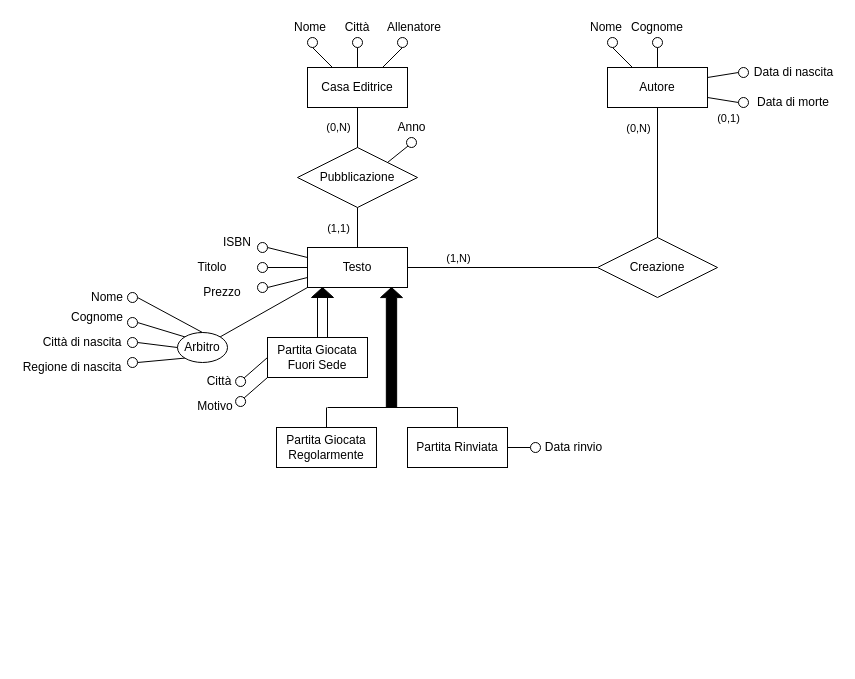
Above: page "Completo" (5 of 12) of Libreria.drawio in miguel76/corso-bdd (draw.io), before the change. Source tidied: cells renumbered, new cells numbered last; positions are measured from the earlier drawing's top-left corner, leaving out a move shared by most shapes. Both pictures are drawn from the tidied source at 100%, with x=0, y=0 at pixel (17, 17).
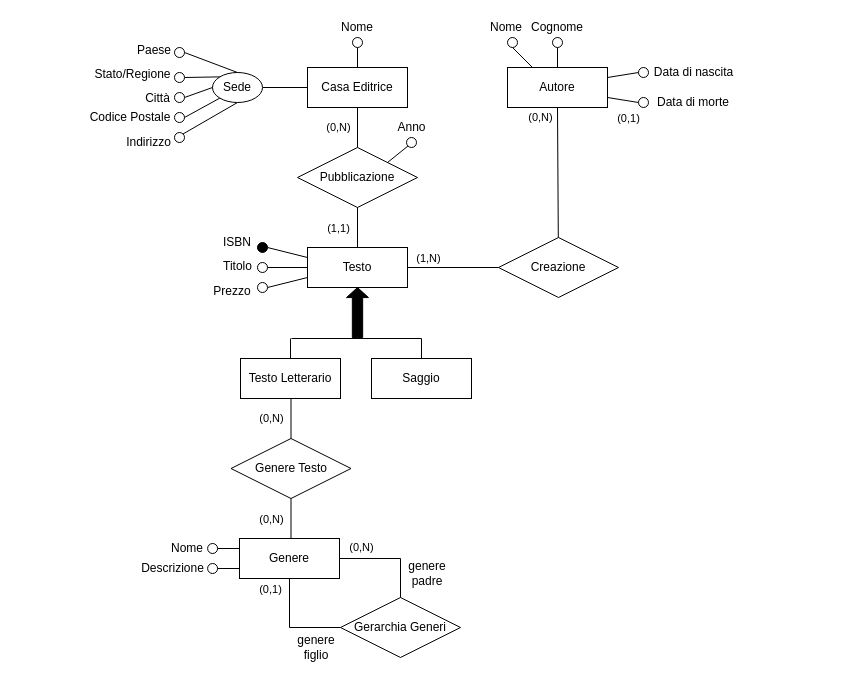
The same diagram, later.

Unchanged cells that the change refers to:
```xml
<mxCell id="2" value="Casa Editrice" style="whiteSpace=wrap;html=1;align=center;" parent="1" vertex="1">
  <mxGeometry x="290" y="50" width="100" height="40" as="geometry" />
</mxCell>
<mxCell id="3" value="Testo" style="whiteSpace=wrap;html=1;align=center;" parent="1" vertex="1">
  <mxGeometry x="290" y="230" width="100" height="40" as="geometry" />
</mxCell>
<mxCell id="11" style="endArrow=none;html=1;rounded=0;exitX=0.5;exitY=1;exitDx=0;exitDy=0;" parent="1" edge="1" source="4" target="6">
  <mxGeometry relative="1" as="geometry" />
</mxCell>
<mxCell id="14" style="endArrow=none;html=1;rounded=0;exitX=1;exitY=0.5;exitDx=0;exitDy=0;" parent="1" edge="1" source="3" target="6">
  <mxGeometry relative="1" as="geometry" />
</mxCell>
```

Diff of the diagram source:
```diff
@@
     <mxCell id="4" value="Autore" style="whiteSpace=wrap;html=1;align=center;" parent="1" vertex="1">
-      <mxGeometry x="590" y="50" width="100" height="40" as="geometry" />
+      <mxGeometry x="490" y="50" width="100" height="40" as="geometry" />
     </mxCell>
@@
     <mxCell id="6" value="Creazione" style="shape=rhombus;perimeter=rhombusPerimeter;whiteSpace=wrap;html=1;align=center;" parent="1" vertex="1">
-      <mxGeometry x="580" y="220" width="120" height="60" as="geometry" />
+      <mxGeometry x="481" y="220" width="120" height="60" as="geometry" />
     </mxCell>
@@
     <mxCell id="12" value="(0,N)" style="edgeLabel;html=1;align=center;verticalAlign=middle;" parent="11" vertex="1">
       <mxGeometry x="-0.49" y="-1" relative="1" as="geometry">
-        <mxPoint x="-19" y="-13" as="offset" />
+        <mxPoint x="-17" y="-24" as="offset" />
       </mxGeometry>
     </mxCell>
@@
     <mxCell id="15" value="(1,N)" style="edgeLabel;html=1;align=center;verticalAlign=middle;" parent="14" vertex="1">
       <mxGeometry x="-0.22" y="-2" relative="1" as="geometry">
-        <mxPoint x="-24" y="-12" as="offset" />
+        <mxPoint x="-15" y="-12" as="offset" />
       </mxGeometry>
     </mxCell>
-    <mxCell id="16" style="endArrow=none;html=1;rounded=0;exitX=0.5;exitY=1;exitDx=0;exitDy=0;entryX=0.25;entryY=0;entryDx=0;entryDy=0;" parent="1" edge="1" source="17" target="2">
-      <mxGeometry relative="1" as="geometry" />
-    </mxCell>
-    <mxCell id="17" style="ellipse;whiteSpace=wrap;html=1;" parent="1" vertex="1">
-      <mxGeometry x="290" y="20" width="10" height="10" as="geometry" />
-    </mxCell>
-    <mxCell id="18" value="Nome" style="text;html=1;strokeColor=none;fillColor=none;align=center;verticalAlign=middle;whiteSpace=wrap;rounded=0;" parent="1" vertex="1">
-      <mxGeometry x="273" width="40" height="20" as="geometry" />
-    </mxCell>
@@
-    <mxCell id="21" value="Città" style="text;html=1;strokeColor=none;fillColor=none;align=center;verticalAlign=middle;whiteSpace=wrap;rounded=0;" parent="1" vertex="1">
+    <mxCell id="21" value="Nome" style="text;html=1;strokeColor=none;fillColor=none;align=center;verticalAlign=middle;whiteSpace=wrap;rounded=0;" parent="1" vertex="1">
       <mxGeometry x="320" width="40" height="20" as="geometry" />
     </mxCell>
-    <mxCell id="22" style="endArrow=none;html=1;rounded=0;exitX=0.5;exitY=1;exitDx=0;exitDy=0;entryX=0.75;entryY=0;entryDx=0;entryDy=0;" parent="1" edge="1" source="23" target="2">
-      <mxGeometry relative="1" as="geometry" />
-    </mxCell>
-    <mxCell id="23" style="ellipse;whiteSpace=wrap;html=1;" parent="1" vertex="1">
-      <mxGeometry x="380" y="20" width="10" height="10" as="geometry" />
-    </mxCell>
-    <mxCell id="24" value="Allenatore" style="text;html=1;strokeColor=none;fillColor=none;align=center;verticalAlign=middle;whiteSpace=wrap;rounded=0;" parent="1" vertex="1">
-      <mxGeometry x="377" width="40" height="20" as="geometry" />
-    </mxCell>
@@
     <mxCell id="26" style="ellipse;whiteSpace=wrap;html=1;" parent="1" vertex="1">
-      <mxGeometry x="590" y="20" width="10" height="10" as="geometry" />
+      <mxGeometry x="490" y="20" width="10" height="10" as="geometry" />
     </mxCell>
     <mxCell id="27" value="Nome" style="text;html=1;strokeColor=none;fillColor=none;align=center;verticalAlign=middle;whiteSpace=wrap;rounded=0;" parent="1" vertex="1">
-      <mxGeometry x="569" width="40" height="20" as="geometry" />
+      <mxGeometry x="469" width="40" height="20" as="geometry" />
     </mxCell>
@@
     <mxCell id="29" style="ellipse;whiteSpace=wrap;html=1;" parent="1" vertex="1">
-      <mxGeometry x="635" y="20" width="10" height="10" as="geometry" />
+      <mxGeometry x="535" y="20" width="10" height="10" as="geometry" />
     </mxCell>
     <mxCell id="30" value="Cognome" style="text;html=1;strokeColor=none;fillColor=none;align=center;verticalAlign=middle;whiteSpace=wrap;rounded=0;" parent="1" vertex="1">
-      <mxGeometry x="620" width="40" height="20" as="geometry" />
+      <mxGeometry x="520" width="40" height="20" as="geometry" />
     </mxCell>
@@
     <mxCell id="32" style="ellipse;whiteSpace=wrap;html=1;" parent="1" vertex="1">
-      <mxGeometry x="721" y="50" width="10" height="10" as="geometry" />
+      <mxGeometry x="621" y="50" width="10" height="10" as="geometry" />
     </mxCell>
     <mxCell id="33" value="Data di nascita" style="text;html=1;strokeColor=none;fillColor=none;align=center;verticalAlign=middle;whiteSpace=wrap;rounded=0;" parent="1" vertex="1">
-      <mxGeometry x="732" y="45" width="89" height="20" as="geometry" />
+      <mxGeometry x="632" y="45" width="89" height="20" as="geometry" />
     </mxCell>
@@
     <mxCell id="35" style="ellipse;whiteSpace=wrap;html=1;" parent="1" vertex="1">
-      <mxGeometry x="721" y="80" width="10" height="10" as="geometry" />
+      <mxGeometry x="621" y="80" width="10" height="10" as="geometry" />
     </mxCell>
     <mxCell id="36" value="Data di morte" style="text;html=1;strokeColor=none;fillColor=none;align=center;verticalAlign=middle;whiteSpace=wrap;rounded=0;" parent="1" vertex="1">
-      <mxGeometry x="731" y="75" width="90" height="20" as="geometry" />
+      <mxGeometry x="631" y="75" width="90" height="20" as="geometry" />
     </mxCell>
@@
-    <mxCell id="39" style="ellipse;whiteSpace=wrap;html=1;" parent="1" vertex="1">
+    <mxCell id="39" style="ellipse;whiteSpace=wrap;html=1;fillColor=#000000;" parent="1" vertex="1">
       <mxGeometry x="240" y="225" width="10" height="10" as="geometry" />
     </mxCell>
     <mxCell id="40" value="Titolo" style="text;html=1;strokeColor=none;fillColor=none;align=center;verticalAlign=middle;whiteSpace=wrap;rounded=0;" parent="1" vertex="1">
-      <mxGeometry x="150" y="240" width="90" height="20" as="geometry" />
+      <mxGeometry x="200" y="239" width="41" height="20" as="geometry" />
     </mxCell>
@@
     <mxCell id="43" value="Prezzo" style="text;html=1;strokeColor=none;fillColor=none;align=center;verticalAlign=middle;whiteSpace=wrap;rounded=0;" parent="1" vertex="1">
-      <mxGeometry x="170" y="265" width="70" height="20" as="geometry" />
+      <mxGeometry x="190" y="264" width="50" height="20" as="geometry" />
     </mxCell>
@@
-    <mxCell id="46" style="endArrow=none;html=1;rounded=0;exitX=1;exitY=0;exitDx=0;exitDy=0;entryX=0;entryY=1;entryDx=0;entryDy=0;" parent="1" edge="1" source="47" target="3">
+    <mxCell id="46" style="endArrow=none;html=1;rounded=0;exitX=1;exitY=0.5;exitDx=0;exitDy=0;entryX=0;entryY=0.5;entryDx=0;entryDy=0;" parent="1" edge="1" source="47" target="2">
       <mxGeometry relative="1" as="geometry" />
     </mxCell>
-    <mxCell id="47" value="Arbitro" style="ellipse;whiteSpace=wrap;html=1;" parent="1" vertex="1">
-      <mxGeometry x="160" y="315" width="50" height="30" as="geometry" />
+    <mxCell id="47" value="Sede" style="ellipse;whiteSpace=wrap;html=1;" parent="1" vertex="1">
+      <mxGeometry x="195" y="55" width="50" height="30" as="geometry" />
     </mxCell>
@@
     <mxCell id="49" style="ellipse;whiteSpace=wrap;html=1;" parent="1" vertex="1">
-      <mxGeometry x="110" y="275" width="10" height="10" as="geometry" />
+      <mxGeometry x="157" y="30" width="10" height="10" as="geometry" />
     </mxCell>
-    <mxCell id="50" value="Cognome" style="text;html=1;strokeColor=none;fillColor=none;align=center;verticalAlign=middle;whiteSpace=wrap;rounded=0;" parent="1" vertex="1">
-      <mxGeometry x="60" y="290" width="40" height="20" as="geometry" />
+    <mxCell id="50" value="Stato/Regione" style="text;html=1;strokeColor=none;fillColor=none;align=center;verticalAlign=middle;whiteSpace=wrap;rounded=0;" parent="1" vertex="1">
+      <mxGeometry x="77" y="47" width="77" height="20" as="geometry" />
     </mxCell>
@@
     <mxCell id="52" style="ellipse;whiteSpace=wrap;html=1;" parent="1" vertex="1">
-      <mxGeometry x="110" y="300" width="10" height="10" as="geometry" />
+      <mxGeometry x="157" y="55" width="10" height="10" as="geometry" />
     </mxCell>
-    <mxCell id="53" value="Città di nascita" style="text;html=1;strokeColor=none;fillColor=none;align=center;verticalAlign=middle;whiteSpace=wrap;rounded=0;" parent="1" vertex="1">
-      <mxGeometry x="20" y="315" width="90" height="20" as="geometry" />
+    <mxCell id="53" value="Città" style="text;html=1;strokeColor=none;fillColor=none;align=center;verticalAlign=middle;whiteSpace=wrap;rounded=0;" parent="1" vertex="1">
+      <mxGeometry x="119" y="71" width="43" height="20" as="geometry" />
     </mxCell>
@@
     <mxCell id="55" style="ellipse;whiteSpace=wrap;html=1;" parent="1" vertex="1">
-      <mxGeometry x="110" y="320" width="10" height="10" as="geometry" />
+      <mxGeometry x="157" y="75" width="10" height="10" as="geometry" />
     </mxCell>
-    <mxCell id="56" value="Regione di nascita" style="text;html=1;strokeColor=none;fillColor=none;align=center;verticalAlign=middle;whiteSpace=wrap;rounded=0;" parent="1" vertex="1">
-      <mxGeometry y="340" width="110" height="20" as="geometry" />
+    <mxCell id="56" value="Codice Postale" style="text;html=1;strokeColor=none;fillColor=none;align=center;verticalAlign=middle;whiteSpace=wrap;rounded=0;" parent="1" vertex="1">
+      <mxGeometry x="58" y="90" width="110" height="20" as="geometry" />
     </mxCell>
@@
     <mxCell id="58" style="ellipse;whiteSpace=wrap;html=1;" parent="1" vertex="1">
-      <mxGeometry x="110" y="340" width="10" height="10" as="geometry" />
+      <mxGeometry x="157" y="95" width="10" height="10" as="geometry" />
     </mxCell>
-    <mxCell id="59" value="Nome" style="text;html=1;strokeColor=none;fillColor=none;align=center;verticalAlign=middle;whiteSpace=wrap;rounded=0;" parent="1" vertex="1">
-      <mxGeometry x="70" y="270" width="40" height="20" as="geometry" />
+    <mxCell id="59" value="Paese" style="text;html=1;strokeColor=none;fillColor=none;align=center;verticalAlign=middle;whiteSpace=wrap;rounded=0;" parent="1" vertex="1">
+      <mxGeometry x="122" y="23" width="30" height="20" as="geometry" />
     </mxCell>
-    <mxCell id="60" value="Partita Giocata&lt;br&gt;Fuori Sede" style="whiteSpace=wrap;html=1;align=center;" parent="1" vertex="1">
-      <mxGeometry x="250" y="320" width="100" height="40" as="geometry" />
-    </mxCell>
-    <mxCell id="61" value="Partita Giocata Regolarmente" style="whiteSpace=wrap;html=1;align=center;" parent="1" vertex="1">
-      <mxGeometry x="259" y="410" width="100" height="40" as="geometry" />
+    <mxCell id="61" value="Testo Letterario" style="whiteSpace=wrap;html=1;align=center;" parent="1" vertex="1">
+      <mxGeometry x="223" y="341" width="100" height="40" as="geometry" />
     </mxCell>
-    <mxCell id="62" value="Partita Rinviata" style="whiteSpace=wrap;html=1;align=center;" parent="1" vertex="1">
-      <mxGeometry x="390" y="410" width="100" height="40" as="geometry" />
+    <mxCell id="62" value="Saggio" style="whiteSpace=wrap;html=1;align=center;" parent="1" vertex="1">
+      <mxGeometry x="354" y="341" width="100" height="40" as="geometry" />
     </mxCell>
     <mxCell id="63" style="html=1;shadow=0;dashed=0;align=center;verticalAlign=middle;shape=mxgraph.arrows2.arrow;dy=0.53;dx=10.09;direction=north;notch=0;fillColor=#000000;" parent="1" vertex="1">
-      <mxGeometry x="363" y="270" width="22" height="120" as="geometry" />
+      <mxGeometry x="329" y="270" width="22" height="50" as="geometry" />
     </mxCell>
-    <mxCell id="64" style="html=1;shadow=0;dashed=0;align=center;verticalAlign=middle;shape=mxgraph.arrows2.arrow;dy=0.66;dx=12.45;direction=north;notch=0;fillColor=#000000;" parent="1" vertex="1">
-      <mxGeometry x="294" y="270" width="22" height="10" as="geometry" />
-    </mxCell>
-    <mxCell id="65" style="rounded=0;whiteSpace=wrap;html=1;fillColor=none;" parent="1" vertex="1">
-      <mxGeometry x="300" y="280" width="10" height="40" as="geometry" />
-    </mxCell>
     <mxCell id="66" style="endArrow=none;html=1;" parent="1" edge="1">
       <mxGeometry relative="1" as="geometry">
-        <mxPoint x="310" y="390" as="sourcePoint" />
-        <mxPoint x="440" y="390" as="targetPoint" />
+        <mxPoint x="274" y="321" as="sourcePoint" />
+        <mxPoint x="404" y="321" as="targetPoint" />
       </mxGeometry>
     </mxCell>
     <mxCell id="67" style="endArrow=none;html=1;exitX=0.5;exitY=0;exitDx=0;exitDy=0;" parent="1" edge="1" source="61">
       <mxGeometry relative="1" as="geometry">
-        <mxPoint x="309" y="390" as="targetPoint" />
+        <mxPoint x="273" y="321" as="targetPoint" />
       </mxGeometry>
     </mxCell>
     <mxCell id="68" style="endArrow=none;html=1;exitX=0.5;exitY=0;exitDx=0;exitDy=0;" parent="1" edge="1" source="62">
       <mxGeometry relative="1" as="geometry">
-        <mxPoint x="440" y="390" as="targetPoint" />
+        <mxPoint x="404" y="321" as="targetPoint" />
       </mxGeometry>
     </mxCell>
-    <mxCell id="69" value="Città" style="text;html=1;strokeColor=none;fillColor=none;align=center;verticalAlign=middle;whiteSpace=wrap;rounded=0;" parent="1" vertex="1">
-      <mxGeometry x="181" y="354" width="42.1" height="20" as="geometry" />
-    </mxCell>
-    <mxCell id="70" style="endArrow=none;html=1;rounded=0;exitX=1;exitY=0;exitDx=0;exitDy=0;entryX=0;entryY=0.5;entryDx=0;entryDy=0;" parent="1" edge="1" source="71" target="60">
-      <mxGeometry relative="1" as="geometry" />
-    </mxCell>
-    <mxCell id="71" style="ellipse;whiteSpace=wrap;html=1;" parent="1" vertex="1">
-      <mxGeometry x="218.1" y="359" width="10" height="10" as="geometry" />
-    </mxCell>
-    <mxCell id="72" value="Motivo" style="text;html=1;strokeColor=none;fillColor=none;align=center;verticalAlign=middle;whiteSpace=wrap;rounded=0;" parent="1" vertex="1">
-      <mxGeometry x="172" y="379" width="52.1" height="20" as="geometry" />
-    </mxCell>
-    <mxCell id="73" style="endArrow=none;html=1;rounded=0;exitX=1;exitY=0;exitDx=0;exitDy=0;entryX=0;entryY=1;entryDx=0;entryDy=0;" parent="1" edge="1" source="74" target="60">
-      <mxGeometry relative="1" as="geometry" />
-    </mxCell>
-    <mxCell id="74" style="ellipse;whiteSpace=wrap;html=1;" parent="1" vertex="1">
-      <mxGeometry x="218.1" y="379" width="10" height="10" as="geometry" />
-    </mxCell>
-    <mxCell id="75" value="Data rinvio" style="text;html=1;strokeColor=none;fillColor=none;align=center;verticalAlign=middle;whiteSpace=wrap;rounded=0;" parent="1" vertex="1">
-      <mxGeometry x="523" y="420" width="67" height="20" as="geometry" />
-    </mxCell>
-    <mxCell id="76" style="endArrow=none;html=1;rounded=0;exitX=0;exitY=0.5;exitDx=0;exitDy=0;entryX=1;entryY=0.5;entryDx=0;entryDy=0;" parent="1" edge="1" source="77" target="62">
-      <mxGeometry relative="1" as="geometry" />
-    </mxCell>
-    <mxCell id="77" style="ellipse;whiteSpace=wrap;html=1;" parent="1" vertex="1">
-      <mxGeometry x="513" y="425" width="10" height="10" as="geometry" />
-    </mxCell>
@@
+    <mxCell id="81" value="Indirizzo" style="text;html=1;strokeColor=none;fillColor=none;align=center;verticalAlign=middle;whiteSpace=wrap;rounded=0;" parent="1" vertex="1">
+      <mxGeometry x="102" y="115" width="59" height="20" as="geometry" />
+    </mxCell>
+    <mxCell id="82" style="ellipse;whiteSpace=wrap;html=1;" parent="1" vertex="1">
+      <mxGeometry x="157" y="115" width="10" height="10" as="geometry" />
+    </mxCell>
+    <mxCell id="83" style="endArrow=none;html=1;rounded=0;exitX=1;exitY=0;exitDx=0;exitDy=0;entryX=0.5;entryY=1;entryDx=0;entryDy=0;" parent="1" edge="1" source="82" target="47">
+      <mxGeometry relative="1" as="geometry" />
+    </mxCell>
+    <mxCell id="84" value="Genere" style="whiteSpace=wrap;html=1;align=center;" parent="1" vertex="1">
+      <mxGeometry x="222" y="521" width="100" height="40" as="geometry" />
+    </mxCell>
+    <mxCell id="18" value="Nome" style="text;html=1;strokeColor=none;fillColor=none;align=center;verticalAlign=middle;whiteSpace=wrap;rounded=0;" parent="1" vertex="1">
+      <mxGeometry x="149" y="521" width="42.1" height="20" as="geometry" />
+    </mxCell>
+    <mxCell id="85" style="endArrow=none;html=1;rounded=0;exitX=1;exitY=0.5;exitDx=0;exitDy=0;entryX=0;entryY=0.25;entryDx=0;entryDy=0;" parent="1" edge="1" source="86" target="84">
+      <mxGeometry relative="1" as="geometry" />
+    </mxCell>
+    <mxCell id="86" style="ellipse;whiteSpace=wrap;html=1;" parent="1" vertex="1">
+      <mxGeometry x="190.1" y="526" width="10" height="10" as="geometry" />
+    </mxCell>
+    <mxCell id="87" style="endArrow=none;html=1;rounded=0;entryX=0;entryY=0.75;entryDx=0;entryDy=0;exitX=1;exitY=0.5;exitDx=0;exitDy=0;" parent="1" edge="1" source="88" target="84">
+      <mxGeometry relative="1" as="geometry" />
+    </mxCell>
+    <mxCell id="88" style="ellipse;whiteSpace=wrap;html=1;" parent="1" vertex="1">
+      <mxGeometry x="190.1" y="546" width="10" height="10" as="geometry" />
+    </mxCell>
+    <mxCell id="89" value="Descrizione" style="text;html=1;strokeColor=none;fillColor=none;align=center;verticalAlign=middle;whiteSpace=wrap;rounded=0;" parent="1" vertex="1">
+      <mxGeometry x="122" y="541" width="67.1" height="20" as="geometry" />
+    </mxCell>
+    <mxCell id="90" value="Genere Testo" style="shape=rhombus;perimeter=rhombusPerimeter;whiteSpace=wrap;html=1;align=center;" parent="1" vertex="1">
+      <mxGeometry x="213.5" y="421" width="120" height="60" as="geometry" />
+    </mxCell>
+    <mxCell id="91" style="endArrow=none;html=1;rounded=0;exitX=0.5;exitY=1;exitDx=0;exitDy=0;entryX=0.5;entryY=0;entryDx=0;entryDy=0;" parent="1" edge="1" target="90">
+      <mxGeometry relative="1" as="geometry">
+        <mxPoint x="273.5" y="381" as="sourcePoint" />
+      </mxGeometry>
+    </mxCell>
+    <mxCell id="92" value="(0,N)" style="edgeLabel;html=1;align=center;verticalAlign=middle;" parent="91" vertex="1">
+      <mxGeometry x="-0.05" y="2" relative="1" as="geometry">
+        <mxPoint x="-22" as="offset" />
+      </mxGeometry>
+    </mxCell>
+    <mxCell id="93" style="endArrow=none;html=1;rounded=0;exitX=0.5;exitY=1;exitDx=0;exitDy=0;entryX=0.5;entryY=0;entryDx=0;entryDy=0;" parent="1" edge="1" source="90">
+      <mxGeometry relative="1" as="geometry">
+        <mxPoint x="273.5" y="521" as="targetPoint" />
+      </mxGeometry>
+    </mxCell>
+    <mxCell id="94" value="(0,N)" style="edgeLabel;html=1;align=center;verticalAlign=middle;" parent="93" vertex="1">
+      <mxGeometry x="0.5" y="-1" relative="1" as="geometry">
+        <mxPoint x="-19" y="-10" as="offset" />
+      </mxGeometry>
+    </mxCell>
+    <mxCell id="95" value="Gerarchia Generi" style="shape=rhombus;perimeter=rhombusPerimeter;whiteSpace=wrap;html=1;align=center;" parent="1" vertex="1">
+      <mxGeometry x="323" y="580" width="120" height="60" as="geometry" />
+    </mxCell>
+    <mxCell id="96" style="endArrow=none;html=1;rounded=0;exitX=0.5;exitY=1;exitDx=0;exitDy=0;edgeStyle=orthogonalEdgeStyle;entryX=0;entryY=0.5;entryDx=0;entryDy=0;" parent="1" edge="1" source="84" target="95">
+      <mxGeometry relative="1" as="geometry">
+        <Array as="points">
+          <mxPoint x="272" y="610" />
+        </Array>
+      </mxGeometry>
+    </mxCell>
+    <mxCell id="97" value="(0,1)" style="edgeLabel;html=1;align=center;verticalAlign=middle;" parent="96" vertex="1">
+      <mxGeometry x="-0.22" y="-2" relative="1" as="geometry">
+        <mxPoint x="-18" y="-29" as="offset" />
+      </mxGeometry>
+    </mxCell>
+    <mxCell id="98" style="endArrow=none;html=1;rounded=0;exitX=1;exitY=0.5;exitDx=0;exitDy=0;edgeStyle=orthogonalEdgeStyle;entryX=0.5;entryY=0;entryDx=0;entryDy=0;" parent="1" edge="1" source="84" target="95">
+      <mxGeometry relative="1" as="geometry">
+        <Array as="points">
+          <mxPoint x="383" y="541" />
+        </Array>
+      </mxGeometry>
+    </mxCell>
+    <mxCell id="99" value="(0,N)" style="edgeLabel;html=1;align=center;verticalAlign=middle;" parent="98" vertex="1">
+      <mxGeometry x="-0.22" y="-2" relative="1" as="geometry">
+        <mxPoint x="-18" y="-14" as="offset" />
+      </mxGeometry>
+    </mxCell>
+    <mxCell id="100" value="genere padre" style="text;html=1;strokeColor=none;fillColor=none;align=center;verticalAlign=middle;whiteSpace=wrap;rounded=0;" parent="1" vertex="1">
+      <mxGeometry x="389" y="546" width="42.1" height="20" as="geometry" />
+    </mxCell>
+    <mxCell id="101" value="genere figlio" style="text;html=1;strokeColor=none;fillColor=none;align=center;verticalAlign=middle;whiteSpace=wrap;rounded=0;" parent="1" vertex="1">
+      <mxGeometry x="277.9" y="620" width="42.1" height="20" as="geometry" />
+    </mxCell>
```
